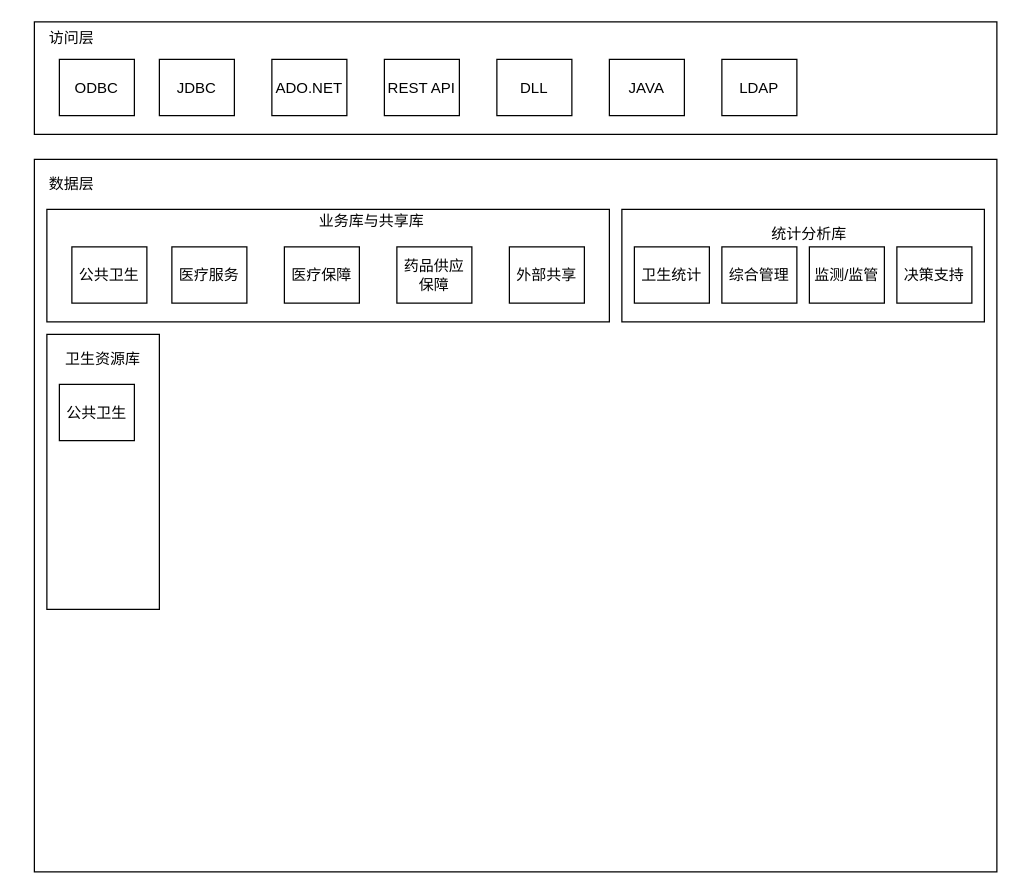
The draw.io diagram source/数据中心架构图.drawio in SmileCJX/processon, before the edit. Source tidied: cells renumbered, new cells numbered last; positions are measured from the earlier drawing's top-left corner, leaving out a move shared by most shapes. Both pictures are drawn from the tidied source at 125%, with x=0, y=0 at pixel (34, 21).
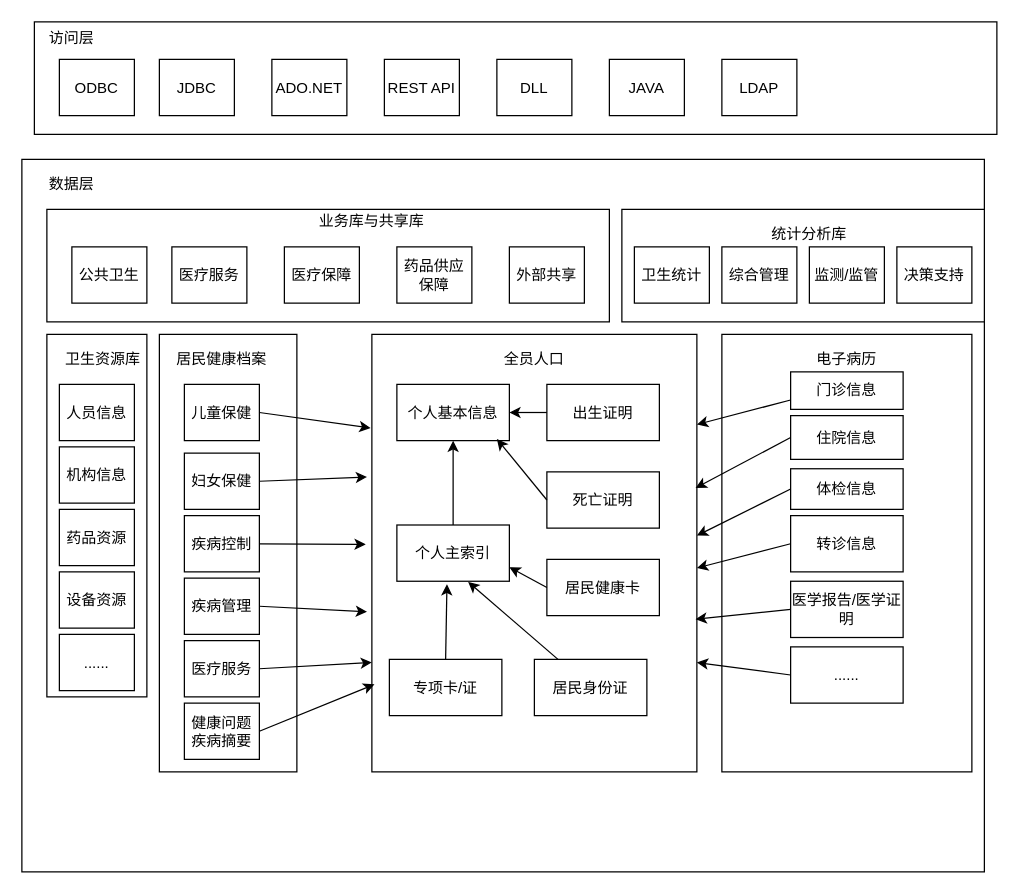
After the change.

Commit message (it also covers changes not shown here):
更新数据中心架构图.drawio

The edit, as a diff of the source:
```diff
@@
     <mxCell id="11" style="rounded=0;whiteSpace=wrap;html=1;" parent="1" vertex="1">
-      <mxGeometry y="110" width="770" height="570" as="geometry" />
+      <mxGeometry x="-10" y="110" width="770" height="570" as="geometry" />
     </mxCell>
@@
     <mxCell id="26" style="rounded=0;whiteSpace=wrap;html=1;" parent="1" vertex="1">
-      <mxGeometry x="10" y="250" width="90" height="220" as="geometry" />
+      <mxGeometry x="10" y="250" width="80" height="290" as="geometry" />
     </mxCell>
@@
-    <mxCell id="28" value="公共卫生" style="rounded=0;whiteSpace=wrap;html=1;" parent="1" vertex="1">
+    <mxCell id="28" value="人员信息" style="rounded=0;whiteSpace=wrap;html=1;" parent="1" vertex="1">
       <mxGeometry x="20" y="290" width="60" height="45" as="geometry" />
     </mxCell>
+    <mxCell id="29" value="机构信息" style="rounded=0;whiteSpace=wrap;html=1;" parent="1" vertex="1">
+      <mxGeometry x="20" y="340" width="60" height="45" as="geometry" />
+    </mxCell>
+    <mxCell id="30" value="药品资源" style="rounded=0;whiteSpace=wrap;html=1;" parent="1" vertex="1">
+      <mxGeometry x="20" y="390" width="60" height="45" as="geometry" />
+    </mxCell>
+    <mxCell id="31" value="设备资源" style="rounded=0;whiteSpace=wrap;html=1;" parent="1" vertex="1">
+      <mxGeometry x="20" y="440" width="60" height="45" as="geometry" />
+    </mxCell>
+    <mxCell id="32" value="......" style="rounded=0;whiteSpace=wrap;html=1;" parent="1" vertex="1">
+      <mxGeometry x="20" y="490" width="60" height="45" as="geometry" />
+    </mxCell>
+    <mxCell id="33" style="rounded=0;whiteSpace=wrap;html=1;" parent="1" vertex="1">
+      <mxGeometry x="100" y="250" width="110" height="350" as="geometry" />
+    </mxCell>
+    <mxCell id="34" value="居民健康档案" style="text;html=1;strokeColor=none;fillColor=none;align=center;verticalAlign=middle;whiteSpace=wrap;rounded=0;" parent="1" vertex="1">
+      <mxGeometry x="110" y="260" width="80" height="20" as="geometry" />
+    </mxCell>
+    <mxCell id="35" value="儿童保健" style="rounded=0;whiteSpace=wrap;html=1;" parent="1" vertex="1">
+      <mxGeometry x="120" y="290" width="60" height="45" as="geometry" />
+    </mxCell>
+    <mxCell id="36" value="妇女保健" style="rounded=0;whiteSpace=wrap;html=1;" parent="1" vertex="1">
+      <mxGeometry x="120" y="345" width="60" height="45" as="geometry" />
+    </mxCell>
+    <mxCell id="37" value="疾病控制" style="rounded=0;whiteSpace=wrap;html=1;" parent="1" vertex="1">
+      <mxGeometry x="120" y="395" width="60" height="45" as="geometry" />
+    </mxCell>
+    <mxCell id="38" value="疾病管理" style="rounded=0;whiteSpace=wrap;html=1;" parent="1" vertex="1">
+      <mxGeometry x="120" y="445" width="60" height="45" as="geometry" />
+    </mxCell>
+    <mxCell id="39" value="医疗服务" style="rounded=0;whiteSpace=wrap;html=1;" parent="1" vertex="1">
+      <mxGeometry x="120" y="495" width="60" height="45" as="geometry" />
+    </mxCell>
+    <mxCell id="40" value="健康问题疾病摘要" style="rounded=0;whiteSpace=wrap;html=1;" parent="1" vertex="1">
+      <mxGeometry x="120" y="545" width="60" height="45" as="geometry" />
+    </mxCell>
+    <mxCell id="41" style="rounded=0;whiteSpace=wrap;html=1;" parent="1" vertex="1">
+      <mxGeometry x="270" y="250" width="260" height="350" as="geometry" />
+    </mxCell>
+    <mxCell id="42" style="endArrow=classic;html=1;exitX=1;exitY=0.5;exitDx=0;exitDy=0;entryX=-0.004;entryY=0.214;entryDx=0;entryDy=0;entryPerimeter=0;" parent="1" edge="1" source="35" target="41">
+      <mxGeometry relative="1" as="geometry" />
+    </mxCell>
+    <mxCell id="43" value="全员人口" style="text;html=1;strokeColor=none;fillColor=none;align=center;verticalAlign=middle;whiteSpace=wrap;rounded=0;" parent="1" vertex="1">
+      <mxGeometry x="360" y="260" width="80" height="20" as="geometry" />
+    </mxCell>
+    <mxCell id="44" style="endArrow=classic;html=1;exitX=1;exitY=0.5;exitDx=0;exitDy=0;entryX=-0.015;entryY=0.326;entryDx=0;entryDy=0;entryPerimeter=0;" parent="1" edge="1" source="36" target="41">
+      <mxGeometry relative="1" as="geometry" />
+    </mxCell>
+    <mxCell id="45" style="endArrow=classic;html=1;exitX=1;exitY=0.5;exitDx=0;exitDy=0;entryX=-0.019;entryY=0.48;entryDx=0;entryDy=0;entryPerimeter=0;" parent="1" edge="1" source="37" target="41">
+      <mxGeometry relative="1" as="geometry" />
+    </mxCell>
+    <mxCell id="46" style="endArrow=classic;html=1;exitX=1;exitY=0.5;exitDx=0;exitDy=0;entryX=-0.015;entryY=0.634;entryDx=0;entryDy=0;entryPerimeter=0;" parent="1" edge="1" source="38" target="41">
+      <mxGeometry relative="1" as="geometry" />
+    </mxCell>
+    <mxCell id="47" style="endArrow=classic;html=1;exitX=1;exitY=0.5;exitDx=0;exitDy=0;entryX=0;entryY=0.75;entryDx=0;entryDy=0;" parent="1" edge="1" source="39" target="41">
+      <mxGeometry relative="1" as="geometry" />
+    </mxCell>
+    <mxCell id="48" style="endArrow=classic;html=1;exitX=1;exitY=0.5;exitDx=0;exitDy=0;entryX=0.008;entryY=0.8;entryDx=0;entryDy=0;entryPerimeter=0;" parent="1" edge="1" source="40" target="41">
+      <mxGeometry relative="1" as="geometry" />
+    </mxCell>
+    <mxCell id="49" value="个人基本信息" style="rounded=0;whiteSpace=wrap;html=1;" parent="1" vertex="1">
+      <mxGeometry x="290" y="290" width="90" height="45" as="geometry" />
+    </mxCell>
+    <mxCell id="50" value="出生证明" style="rounded=0;whiteSpace=wrap;html=1;" parent="1" vertex="1">
+      <mxGeometry x="410" y="290" width="90" height="45" as="geometry" />
+    </mxCell>
+    <mxCell id="51" value="死亡证明" style="rounded=0;whiteSpace=wrap;html=1;" parent="1" vertex="1">
+      <mxGeometry x="410" y="360" width="90" height="45" as="geometry" />
+    </mxCell>
+    <mxCell id="52" style="endArrow=classic;html=1;exitX=0;exitY=0.5;exitDx=0;exitDy=0;entryX=0.889;entryY=0.972;entryDx=0;entryDy=0;entryPerimeter=0;" parent="1" edge="1" source="51" target="49">
+      <mxGeometry relative="1" as="geometry" />
+    </mxCell>
+    <mxCell id="53" value="居民健康卡" style="rounded=0;whiteSpace=wrap;html=1;" parent="1" vertex="1">
+      <mxGeometry x="410" y="430" width="90" height="45" as="geometry" />
+    </mxCell>
+    <mxCell id="54" value="居民身份证" style="rounded=0;whiteSpace=wrap;html=1;" parent="1" vertex="1">
+      <mxGeometry x="400" y="510" width="90" height="45" as="geometry" />
+    </mxCell>
+    <mxCell id="55" value="专项卡/证" style="rounded=0;whiteSpace=wrap;html=1;" parent="1" vertex="1">
+      <mxGeometry x="284" y="510" width="90" height="45" as="geometry" />
+    </mxCell>
+    <mxCell id="56" value="个人主索引" style="rounded=0;whiteSpace=wrap;html=1;" parent="1" vertex="1">
+      <mxGeometry x="290" y="402.5" width="90" height="45" as="geometry" />
+    </mxCell>
+    <mxCell id="57" style="endArrow=classic;html=1;exitX=0;exitY=0.5;exitDx=0;exitDy=0;entryX=1;entryY=0.75;entryDx=0;entryDy=0;" parent="1" edge="1" source="53" target="56">
+      <mxGeometry relative="1" as="geometry" />
+    </mxCell>
+    <mxCell id="58" style="endArrow=classic;html=1;entryX=0.633;entryY=1.011;entryDx=0;entryDy=0;entryPerimeter=0;" parent="1" edge="1" source="54" target="56">
+      <mxGeometry relative="1" as="geometry" />
+    </mxCell>
+    <mxCell id="59" style="endArrow=classic;html=1;entryX=0.231;entryY=0.571;entryDx=0;entryDy=0;entryPerimeter=0;exitX=0.5;exitY=0;exitDx=0;exitDy=0;" parent="1" edge="1" source="55" target="41">
+      <mxGeometry relative="1" as="geometry" />
+    </mxCell>
+    <mxCell id="60" style="endArrow=classic;html=1;entryX=0.5;entryY=1;entryDx=0;entryDy=0;" parent="1" edge="1" source="56" target="49">
+      <mxGeometry relative="1" as="geometry" />
+    </mxCell>
+    <mxCell id="61" style="rounded=0;whiteSpace=wrap;html=1;" parent="1" vertex="1">
+      <mxGeometry x="550" y="250" width="200" height="350" as="geometry" />
+    </mxCell>
+    <mxCell id="62" value="电子病历" style="text;html=1;strokeColor=none;fillColor=none;align=center;verticalAlign=middle;whiteSpace=wrap;rounded=0;" parent="1" vertex="1">
+      <mxGeometry x="610" y="260" width="80" height="20" as="geometry" />
+    </mxCell>
+    <mxCell id="63" value="门诊信息" style="rounded=0;whiteSpace=wrap;html=1;" parent="1" vertex="1">
+      <mxGeometry x="605" y="280" width="90" height="30" as="geometry" />
+    </mxCell>
+    <mxCell id="64" value="住院信息" style="rounded=0;whiteSpace=wrap;html=1;" parent="1" vertex="1">
+      <mxGeometry x="605" y="315" width="90" height="35" as="geometry" />
+    </mxCell>
+    <mxCell id="65" value="体检信息" style="rounded=0;whiteSpace=wrap;html=1;" parent="1" vertex="1">
+      <mxGeometry x="605" y="357.5" width="90" height="32.5" as="geometry" />
+    </mxCell>
+    <mxCell id="66" value="转诊信息" style="rounded=0;whiteSpace=wrap;html=1;" parent="1" vertex="1">
+      <mxGeometry x="605" y="395" width="90" height="45" as="geometry" />
+    </mxCell>
+    <mxCell id="67" value="医学报告/医学证明" style="rounded=0;whiteSpace=wrap;html=1;" parent="1" vertex="1">
+      <mxGeometry x="605" y="447.5" width="90" height="45" as="geometry" />
+    </mxCell>
+    <mxCell id="68" value="......" style="rounded=0;whiteSpace=wrap;html=1;" parent="1" vertex="1">
+      <mxGeometry x="605" y="500" width="90" height="45" as="geometry" />
+    </mxCell>
+    <mxCell id="69" style="endArrow=classic;html=1;exitX=0;exitY=0.5;exitDx=0;exitDy=0;entryX=1;entryY=0.5;entryDx=0;entryDy=0;" parent="1" edge="1" source="50" target="49">
+      <mxGeometry relative="1" as="geometry" />
+    </mxCell>
+    <mxCell id="70" style="endArrow=classic;html=1;exitX=0;exitY=0.75;exitDx=0;exitDy=0;entryX=1;entryY=0.206;entryDx=0;entryDy=0;entryPerimeter=0;" parent="1" edge="1" source="63" target="41">
+      <mxGeometry relative="1" as="geometry" />
+    </mxCell>
+    <mxCell id="71" style="endArrow=classic;html=1;exitX=0;exitY=0.5;exitDx=0;exitDy=0;entryX=0.996;entryY=0.351;entryDx=0;entryDy=0;entryPerimeter=0;" parent="1" edge="1" source="64" target="41">
+      <mxGeometry relative="1" as="geometry" />
+    </mxCell>
+    <mxCell id="72" style="endArrow=classic;html=1;exitX=0;exitY=0.5;exitDx=0;exitDy=0;entryX=1;entryY=0.46;entryDx=0;entryDy=0;entryPerimeter=0;" parent="1" edge="1" source="65" target="41">
+      <mxGeometry relative="1" as="geometry" />
+    </mxCell>
+    <mxCell id="73" style="endArrow=classic;html=1;exitX=0;exitY=0.5;exitDx=0;exitDy=0;entryX=1;entryY=0.534;entryDx=0;entryDy=0;entryPerimeter=0;" parent="1" edge="1" source="66" target="41">
+      <mxGeometry relative="1" as="geometry" />
+    </mxCell>
+    <mxCell id="74" style="endArrow=classic;html=1;exitX=0;exitY=0.5;exitDx=0;exitDy=0;entryX=0.996;entryY=0.651;entryDx=0;entryDy=0;entryPerimeter=0;" parent="1" edge="1" source="67" target="41">
+      <mxGeometry relative="1" as="geometry" />
+    </mxCell>
+    <mxCell id="75" style="endArrow=classic;html=1;exitX=0;exitY=0.5;exitDx=0;exitDy=0;entryX=1;entryY=0.75;entryDx=0;entryDy=0;" parent="1" edge="1" source="68" target="41">
+      <mxGeometry relative="1" as="geometry" />
+    </mxCell>
```
